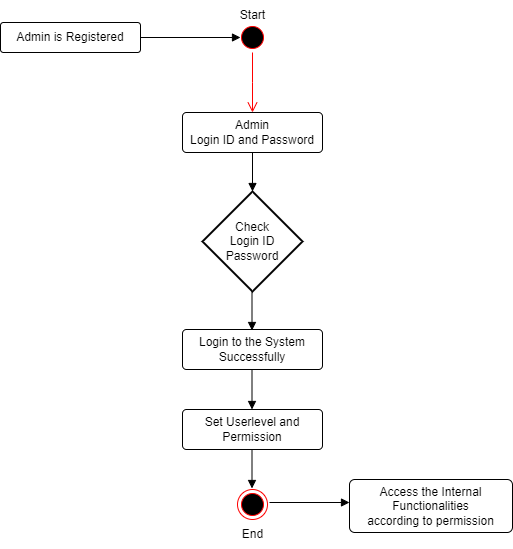
The draw.io diagram Activity2.drawio.png in brijeshlimbani11/brijeshlimbani11.github.io, before a commit. Source tidied: cells renumbered, new cells last; positions are measured from the earlier drawing's top-left corner, leaving out a move shared by most shapes. Source of this version:
```xml
<mxGraphModel>
  <root>
    <mxCell id="0" />
    <mxCell id="1" parent="0" />
    <mxCell id="2" value="Admin is Registered" style="rounded=1;arcSize=10;whiteSpace=wrap;html=1;align=center;" parent="1" vertex="1">
      <mxGeometry y="22" width="140" height="30" as="geometry" />
    </mxCell>
    <mxCell id="3" style="html=1;verticalAlign=bottom;endArrow=block;curved=0;rounded=0;" parent="1" edge="1">
      <mxGeometry relative="1" as="geometry">
        <mxPoint x="140" y="37" as="sourcePoint" />
        <mxPoint x="240" y="37" as="targetPoint" />
      </mxGeometry>
    </mxCell>
    <mxCell id="4" style="ellipse;html=1;shape=startState;fillColor=#000000;strokeColor=#ff0000;" parent="1" vertex="1">
      <mxGeometry x="237" y="22" width="30" height="30" as="geometry" />
    </mxCell>
    <mxCell id="5" style="edgeStyle=orthogonalEdgeStyle;html=1;verticalAlign=bottom;endArrow=open;endSize=8;strokeColor=#ff0000;rounded=0;" parent="1" edge="1" source="4">
      <mxGeometry relative="1" as="geometry">
        <mxPoint x="252" y="112" as="targetPoint" />
      </mxGeometry>
    </mxCell>
    <mxCell id="6" value="Start" style="text;html=1;align=center;verticalAlign=middle;strokeColor=none;fillColor=none;" parent="1" vertex="1">
      <mxGeometry x="227" width="50" height="30" as="geometry" />
    </mxCell>
    <mxCell id="7" value="Admin&lt;div&gt;Login ID and Password&lt;/div&gt;" style="rounded=1;arcSize=10;whiteSpace=wrap;html=1;align=center;" parent="1" vertex="1">
      <mxGeometry x="182" y="112" width="140" height="40" as="geometry" />
    </mxCell>
    <mxCell id="8" value="Check&lt;div&gt;Login ID&lt;/div&gt;&lt;div&gt;Password&lt;/div&gt;" style="strokeWidth=2;html=1;shape=mxgraph.flowchart.decision;whiteSpace=wrap;" parent="1" vertex="1">
      <mxGeometry x="202" y="191" width="100" height="100" as="geometry" />
    </mxCell>
    <mxCell id="9" style="html=1;verticalAlign=bottom;endArrow=block;curved=0;rounded=0;entryX=0.5;entryY=0;entryDx=0;entryDy=0;entryPerimeter=0;exitX=0.5;exitY=1;exitDx=0;exitDy=0;" parent="1" edge="1" source="7" target="8">
      <mxGeometry relative="1" as="geometry" />
    </mxCell>
    <mxCell id="10" value="Login to the System&lt;div&gt;Successfully&lt;/div&gt;" style="rounded=1;arcSize=10;whiteSpace=wrap;html=1;align=center;" parent="1" vertex="1">
      <mxGeometry x="182" y="329" width="140" height="40" as="geometry" />
    </mxCell>
    <mxCell id="11" style="html=1;verticalAlign=bottom;endArrow=block;curved=0;rounded=0;entryX=0.5;entryY=0;entryDx=0;entryDy=0;entryPerimeter=0;exitX=0.5;exitY=1;exitDx=0;exitDy=0;" parent="1" edge="1">
      <mxGeometry relative="1" as="geometry">
        <mxPoint x="251.5" y="291" as="sourcePoint" />
        <mxPoint x="251.5" y="330" as="targetPoint" />
      </mxGeometry>
    </mxCell>
    <mxCell id="12" style="html=1;verticalAlign=bottom;endArrow=block;curved=0;rounded=0;entryX=0.5;entryY=0;entryDx=0;entryDy=0;entryPerimeter=0;exitX=0.5;exitY=1;exitDx=0;exitDy=0;" parent="1" edge="1">
      <mxGeometry relative="1" as="geometry">
        <mxPoint x="251.5" y="370" as="sourcePoint" />
        <mxPoint x="251.5" y="409" as="targetPoint" />
      </mxGeometry>
    </mxCell>
    <mxCell id="13" value="Set Userlevel and&lt;div&gt;Permission&lt;/div&gt;" style="rounded=1;arcSize=10;whiteSpace=wrap;html=1;align=center;" parent="1" vertex="1">
      <mxGeometry x="182" y="409" width="140" height="40" as="geometry" />
    </mxCell>
    <mxCell id="14" style="html=1;verticalAlign=bottom;endArrow=block;curved=0;rounded=0;entryX=0.5;entryY=0;entryDx=0;entryDy=0;entryPerimeter=0;exitX=0.5;exitY=1;exitDx=0;exitDy=0;" parent="1" edge="1">
      <mxGeometry relative="1" as="geometry">
        <mxPoint x="251.5" y="449" as="sourcePoint" />
        <mxPoint x="251.5" y="488" as="targetPoint" />
      </mxGeometry>
    </mxCell>
    <mxCell id="15" style="ellipse;html=1;shape=endState;fillColor=#000000;strokeColor=#ff0000;" parent="1" vertex="1">
      <mxGeometry x="237" y="489" width="30" height="30" as="geometry" />
    </mxCell>
    <mxCell id="16" value="End" style="text;html=1;align=center;verticalAlign=middle;strokeColor=none;fillColor=none;" parent="1" vertex="1">
      <mxGeometry x="232" y="519" width="40" height="30" as="geometry" />
    </mxCell>
    <mxCell id="17" style="html=1;verticalAlign=bottom;endArrow=block;curved=0;rounded=0;" parent="1" edge="1">
      <mxGeometry relative="1" as="geometry">
        <mxPoint x="269" y="502" as="sourcePoint" />
        <mxPoint x="349" y="502" as="targetPoint" />
      </mxGeometry>
    </mxCell>
    <mxCell id="18" value="Access the Internal&lt;div&gt;Functionalities&lt;/div&gt;&lt;div&gt;according to permission&lt;/div&gt;" style="rounded=1;arcSize=10;whiteSpace=wrap;html=1;align=center;" parent="1" vertex="1">
      <mxGeometry x="349" y="479" width="163" height="53" as="geometry" />
    </mxCell>
  </root>
</mxGraphModel>
```
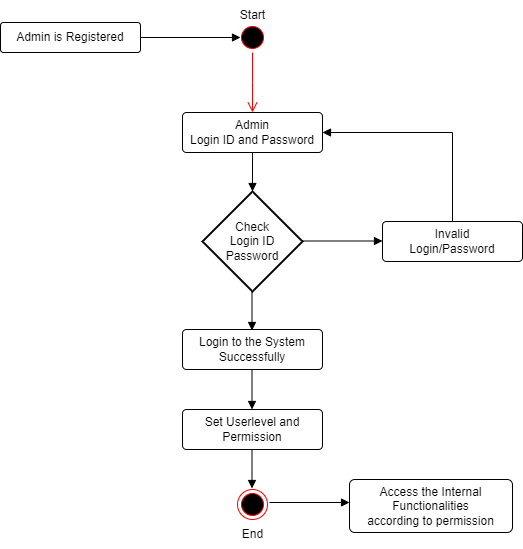
After the change.

Change to the diagram source:
```diff
@@ -70,5 +70,21 @@
     <mxCell id="18" value="Access the Internal&lt;div&gt;Functionalities&lt;/div&gt;&lt;div&gt;according to permission&lt;/div&gt;" style="rounded=1;arcSize=10;whiteSpace=wrap;html=1;align=center;" parent="1" vertex="1">
       <mxGeometry x="349" y="479" width="163" height="53" as="geometry" />
     </mxCell>
+    <mxCell id="19" style="html=1;verticalAlign=bottom;endArrow=block;curved=0;rounded=0;" parent="1" edge="1">
+      <mxGeometry relative="1" as="geometry">
+        <mxPoint x="302" y="240.5" as="sourcePoint" />
+        <mxPoint x="382" y="240.5" as="targetPoint" />
+      </mxGeometry>
+    </mxCell>
+    <mxCell id="20" value="Invalid&lt;div&gt;Login/Password&lt;/div&gt;" style="rounded=1;arcSize=10;whiteSpace=wrap;html=1;align=center;" parent="1" vertex="1">
+      <mxGeometry x="382" y="221" width="140" height="40" as="geometry" />
+    </mxCell>
+    <mxCell id="21" style="html=1;verticalAlign=bottom;endArrow=block;curved=0;rounded=0;exitX=0.5;exitY=0;exitDx=0;exitDy=0;entryX=1;entryY=0.5;entryDx=0;entryDy=0;" parent="1" edge="1" source="20" target="7">
+      <mxGeometry relative="1" as="geometry">
+        <Array as="points">
+          <mxPoint x="452" y="132" />
+        </Array>
+      </mxGeometry>
+    </mxCell>
   </root>
 </mxGraphModel>
```
